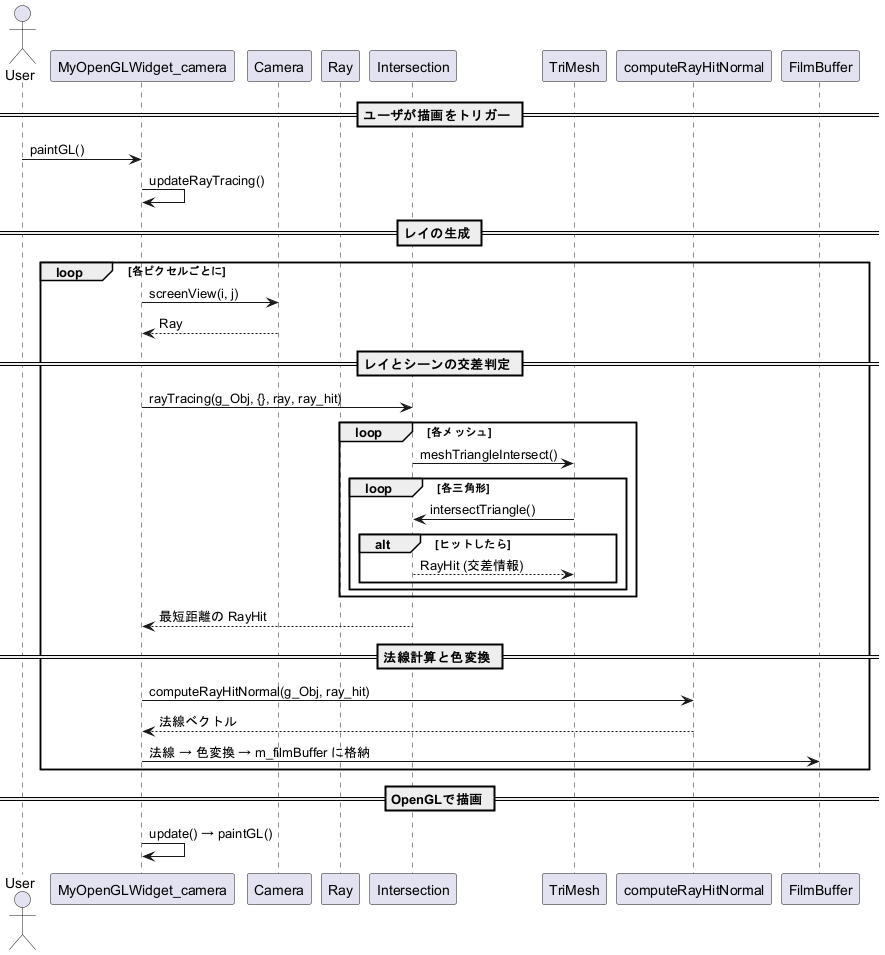
Earlier version of the PlantUML export html/inline_umlgraph_15.png (ChihiroYamashita/cg-repo).
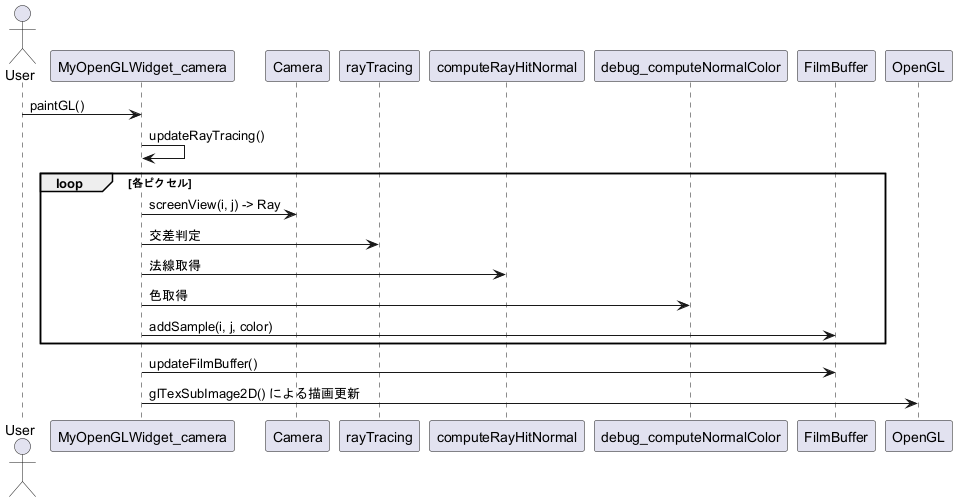
The same diagram one commit later.

Diff of the diagram source:
```diff
@@ -1,44 +1,16 @@
 @startuml inline_umlgraph_15.png
 actor User
-
-participant MyOpenGLWidget_camera
-participant Camera
-participant Ray
-participant Intersection
-participant TriMesh
-participant Geometry as "computeRayHitNormal"
-participant FilmBuffer
-
-== ユーザが描画をトリガー ==
 User -> MyOpenGLWidget_camera : paintGL()
 MyOpenGLWidget_camera -> MyOpenGLWidget_camera : updateRayTracing()
 
-== レイの生成 ==
-loop 各ピクセルごとに
-    MyOpenGLWidget_camera -> Camera : screenView(i, j)
-    Camera --> MyOpenGLWidget_camera : Ray
-
-== レイとシーンの交差判定 ==
-    MyOpenGLWidget_camera -> Intersection : rayTracing(g_Obj, {}, ray, ray_hit)
-
-    loop 各メッシュ
-        Intersection -> TriMesh : meshTriangleIntersect()
-        loop 各三角形
-            TriMesh -> Intersection : intersectTriangle()
-            alt ヒットしたら
-                Intersection --> TriMesh : RayHit (交差情報)
-            end
-        end
-    end
-    Intersection --> MyOpenGLWidget_camera : 最短距離の RayHit
-
-== 法線計算と色変換 ==
-    MyOpenGLWidget_camera -> Geometry : computeRayHitNormal(g_Obj, ray_hit)
-    Geometry --> MyOpenGLWidget_camera : 法線ベクトル
-
-    MyOpenGLWidget_camera -> FilmBuffer : 法線 → 色変換 → m_filmBuffer に格納
+loop 各ピクセル
+    MyOpenGLWidget_camera -> Camera : screenView(i, j) -> Ray
+    MyOpenGLWidget_camera -> rayTracing : 交差判定
+    MyOpenGLWidget_camera -> computeRayHitNormal : 法線取得
+    MyOpenGLWidget_camera -> debug_computeNormalColor : 色取得
+    MyOpenGLWidget_camera -> FilmBuffer : addSample(i, j, color)
 end
 
-== OpenGLで描画 ==
-MyOpenGLWidget_camera -> MyOpenGLWidget_camera : update() → paintGL()
+MyOpenGLWidget_camera -> FilmBuffer : updateFilmBuffer()
+MyOpenGLWidget_camera -> OpenGL : glTexSubImage2D() による描画更新
 @enduml
```
